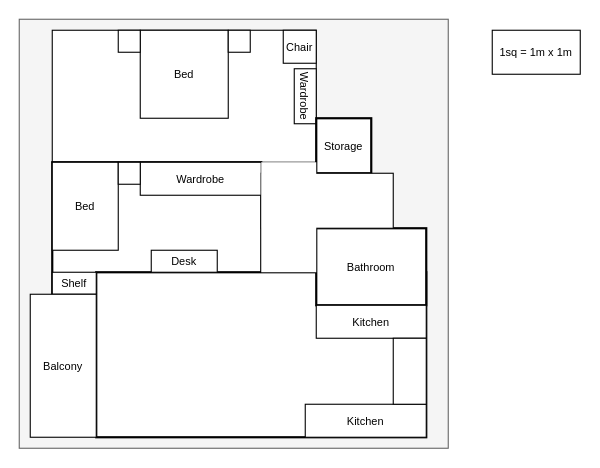
Above: page "Battersea Reach" (1 of 2) of what_do_i_think/Flat_Setup.drawio in calumjackson/techblog (draw.io), before the change. Source tidied: cells renumbered, new cells numbered last; positions are measured from the earlier drawing's top-left corner, leaving out a move shared by most shapes. Both pictures are drawn from the tidied source at 110%, with x=0, y=0 at pixel (19, 19).
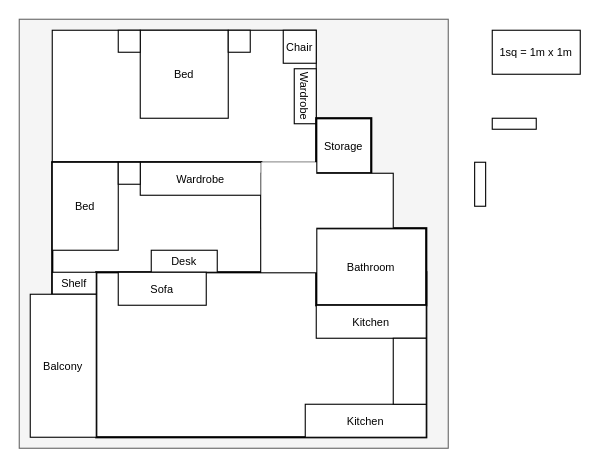
Above is the later version.

Diff of the diagram source:
```diff
@@
+    <mxCell id="25" style="rounded=0;whiteSpace=wrap;html=1;" parent="1" vertex="1">
+      <mxGeometry x="430" y="90" width="40" height="10" as="geometry" />
+    </mxCell>
+    <mxCell id="26" style="rounded=0;whiteSpace=wrap;html=1;" parent="1" vertex="1">
+      <mxGeometry x="414" y="130" width="10" height="40" as="geometry" />
+    </mxCell>
+    <mxCell id="27" value="Sofa" style="rounded=0;whiteSpace=wrap;html=1;fontSize=10;" parent="1" vertex="1">
+      <mxGeometry x="90" y="230" width="80" height="30" as="geometry" />
+    </mxCell>
```
